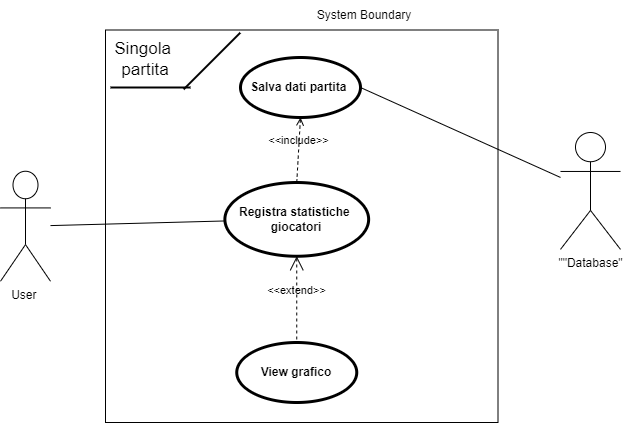
SimoneBassanellii/Capolavoro keeps this draw.io diagram as UML/Use case diagram.drawio.png. Above is the earlier version. Source tidied: cells renumbered, new cells last; positions are measured from the earlier drawing's top-left corner, leaving out a move shared by most shapes. Source of this version:
```xml
<mxGraphModel>
  <root>
    <mxCell id="0" />
    <mxCell id="1" parent="0" />
    <mxCell id="2" value="User&amp;nbsp;" style="shape=umlActor;html=1;verticalLabelPosition=bottom;verticalAlign=top;align=center;" parent="1" vertex="1">
      <mxGeometry y="170.8" width="50" height="110" as="geometry" />
    </mxCell>
    <mxCell id="3" style="whiteSpace=wrap;html=1;" parent="1" vertex="1">
      <mxGeometry x="105" y="29.5" width="392.5" height="392.5" as="geometry" />
    </mxCell>
    <mxCell id="4" style="line;strokeWidth=2;html=1;" parent="1" vertex="1">
      <mxGeometry x="110" y="82" width="80" height="10" as="geometry" />
    </mxCell>
    <mxCell id="5" style="line;strokeWidth=2;html=1;rotation=-45;" parent="1" vertex="1">
      <mxGeometry x="171.5" y="55.5" width="80" height="10" as="geometry" />
    </mxCell>
    <object id="6" label="&lt;font style=&quot;font-size: 17px;&quot;&gt;Singola&amp;nbsp;&lt;/font&gt;&lt;div style=&quot;font-size: 17px;&quot;&gt;&lt;font style=&quot;font-size: 17px;&quot;&gt;partita&lt;/font&gt;&lt;/div&gt;" name="Variable" placeholders="1">
      <mxCell style="text;html=1;strokeColor=none;fillColor=none;align=center;verticalAlign=middle;whiteSpace=wrap;overflow=hidden;" parent="1" vertex="1">
        <mxGeometry x="105" y="35.5" width="80" height="46.5" as="geometry" />
      </mxCell>
    </object>
    <mxCell id="7" value="View grafico" style="shape=ellipse;html=1;strokeWidth=3;fontStyle=1;whiteSpace=wrap;align=center;perimeter=ellipsePerimeter;" parent="1" vertex="1">
      <mxGeometry x="236.2" y="342" width="120" height="60" as="geometry" />
    </mxCell>
    <mxCell id="8" value="&amp;lt;&amp;lt;extend&amp;gt;&amp;gt;" style="edgeStyle=none;html=1;startArrow=open;endArrow=none;startSize=12;verticalAlign=bottom;dashed=1;labelBackgroundColor=none;rounded=0;exitX=0.5;exitY=1;exitDx=0;exitDy=0;" parent="1" edge="1" source="10" target="7">
      <mxGeometry relative="1" as="geometry" />
    </mxCell>
    <mxCell id="9" value="Salva dati partita&amp;nbsp;" style="shape=ellipse;html=1;strokeWidth=3;fontStyle=1;whiteSpace=wrap;align=center;perimeter=ellipsePerimeter;" parent="1" vertex="1">
      <mxGeometry x="240" y="57" width="120" height="60" as="geometry" />
    </mxCell>
    <mxCell id="10" value="Registra statistiche&amp;nbsp;&lt;div&gt;giocatori&lt;/div&gt;" style="shape=ellipse;html=1;strokeWidth=3;fontStyle=1;whiteSpace=wrap;align=center;perimeter=ellipsePerimeter;" parent="1" vertex="1">
      <mxGeometry x="224.4" y="182" width="143.8" height="73.8" as="geometry" />
    </mxCell>
    <mxCell id="11" value="&amp;lt;&amp;lt;include&amp;gt;&amp;gt;" style="edgeStyle=none;html=1;endArrow=open;verticalAlign=bottom;dashed=1;labelBackgroundColor=none;rounded=0;exitX=0.5;exitY=0;exitDx=0;exitDy=0;entryX=0.5;entryY=1;entryDx=0;entryDy=0;" parent="1" edge="1" source="10" target="9">
      <mxGeometry relative="1" as="geometry" />
    </mxCell>
    <mxCell id="12" style="edgeStyle=none;html=1;endArrow=none;verticalAlign=bottom;rounded=0;" parent="1" edge="1" source="2" target="10">
      <mxGeometry relative="1" as="geometry" />
    </mxCell>
    <mxCell id="13" value="&quot;&quot;Database&quot;" style="shape=umlActor;html=1;verticalLabelPosition=bottom;verticalAlign=top;align=center;" parent="1" vertex="1">
      <mxGeometry x="560" y="132" width="60" height="116.9" as="geometry" />
    </mxCell>
    <mxCell id="14" style="edgeStyle=none;html=1;endArrow=none;verticalAlign=bottom;rounded=0;exitX=1;exitY=0.5;exitDx=0;exitDy=0;" parent="1" edge="1" source="9" target="13">
      <mxGeometry relative="1" as="geometry" />
    </mxCell>
    <mxCell id="15" value="System Boundary" style="text;html=1;align=center;verticalAlign=middle;whiteSpace=wrap;rounded=0;" parent="1" vertex="1">
      <mxGeometry x="308.1" y="-0.5" width="111.9" height="30" as="geometry" />
    </mxCell>
  </root>
</mxGraphModel>
```
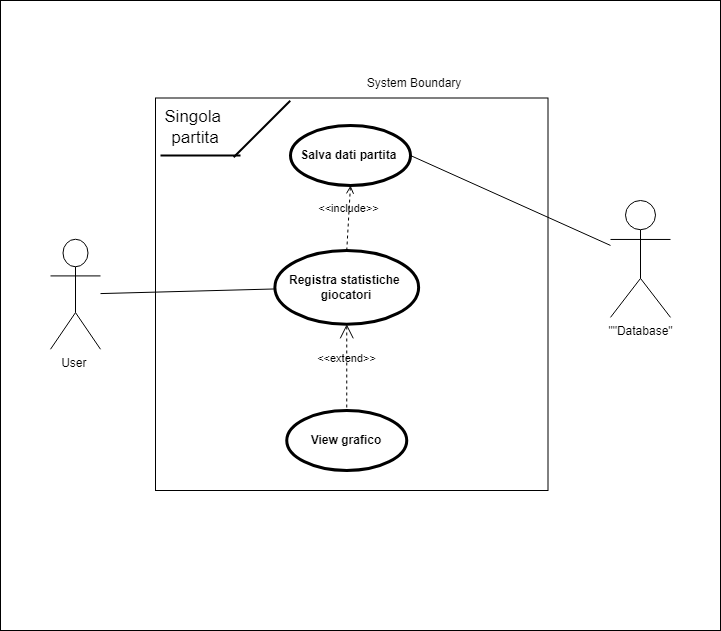
Above is the later version.

The edit, as a diff of the source:
```diff
@@ -2,6 +2,9 @@
   <root>
     <mxCell id="0" />
     <mxCell id="1" parent="0" />
+    <mxCell id="16" style="rounded=0;whiteSpace=wrap;html=1;" parent="1" vertex="1">
+      <mxGeometry x="-50" y="-68" width="720" height="630" as="geometry" />
+    </mxCell>
     <mxCell id="2" value="User&amp;nbsp;" style="shape=umlActor;html=1;verticalLabelPosition=bottom;verticalAlign=top;align=center;" parent="1" vertex="1">
       <mxGeometry y="170.8" width="50" height="110" as="geometry" />
     </mxCell>
```
